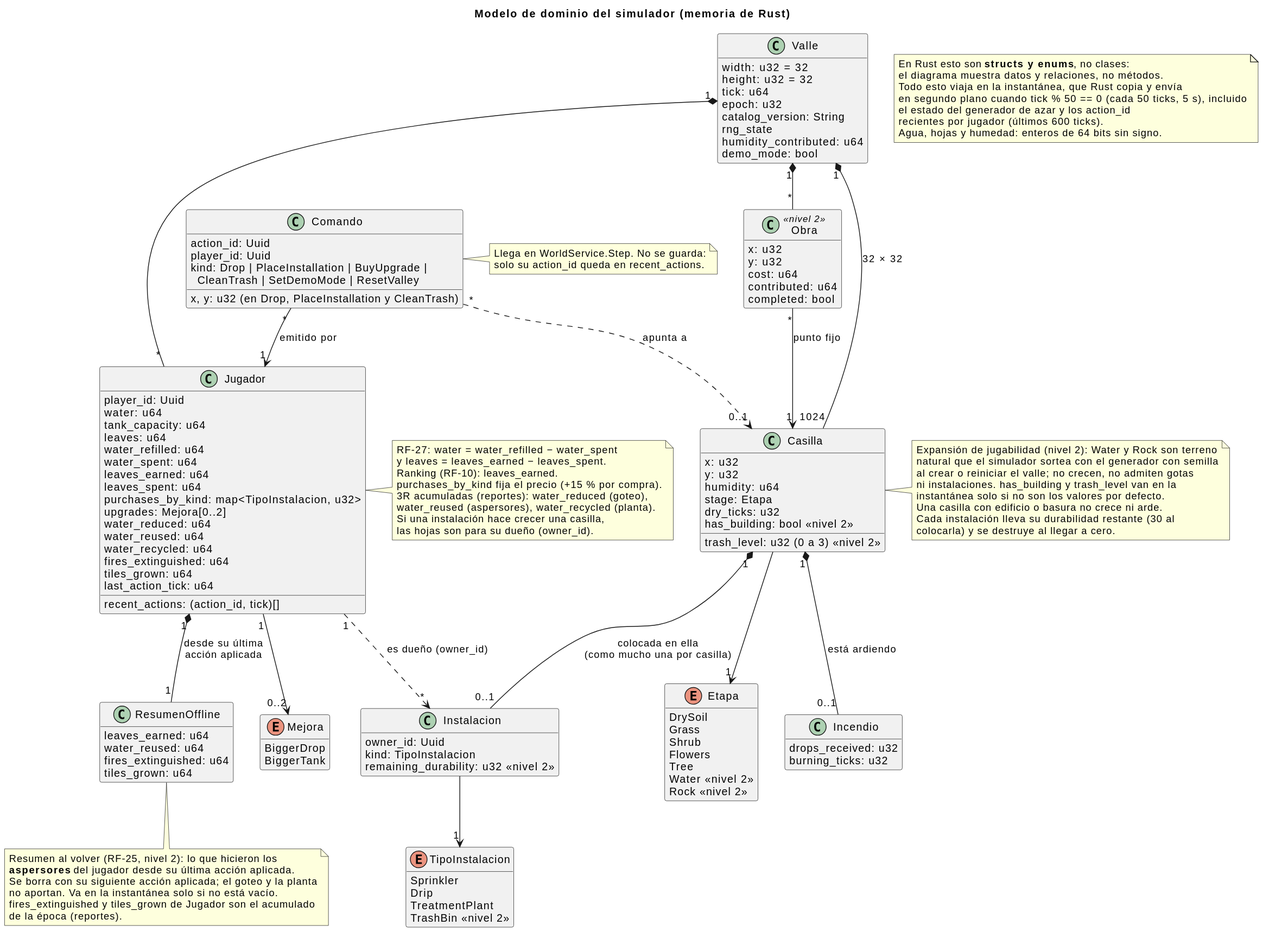
iadev2005/hydrovalley keeps this PlantUML diagram as docs/diagrams/06-dominio-simulador.svg. Above is the earlier version.
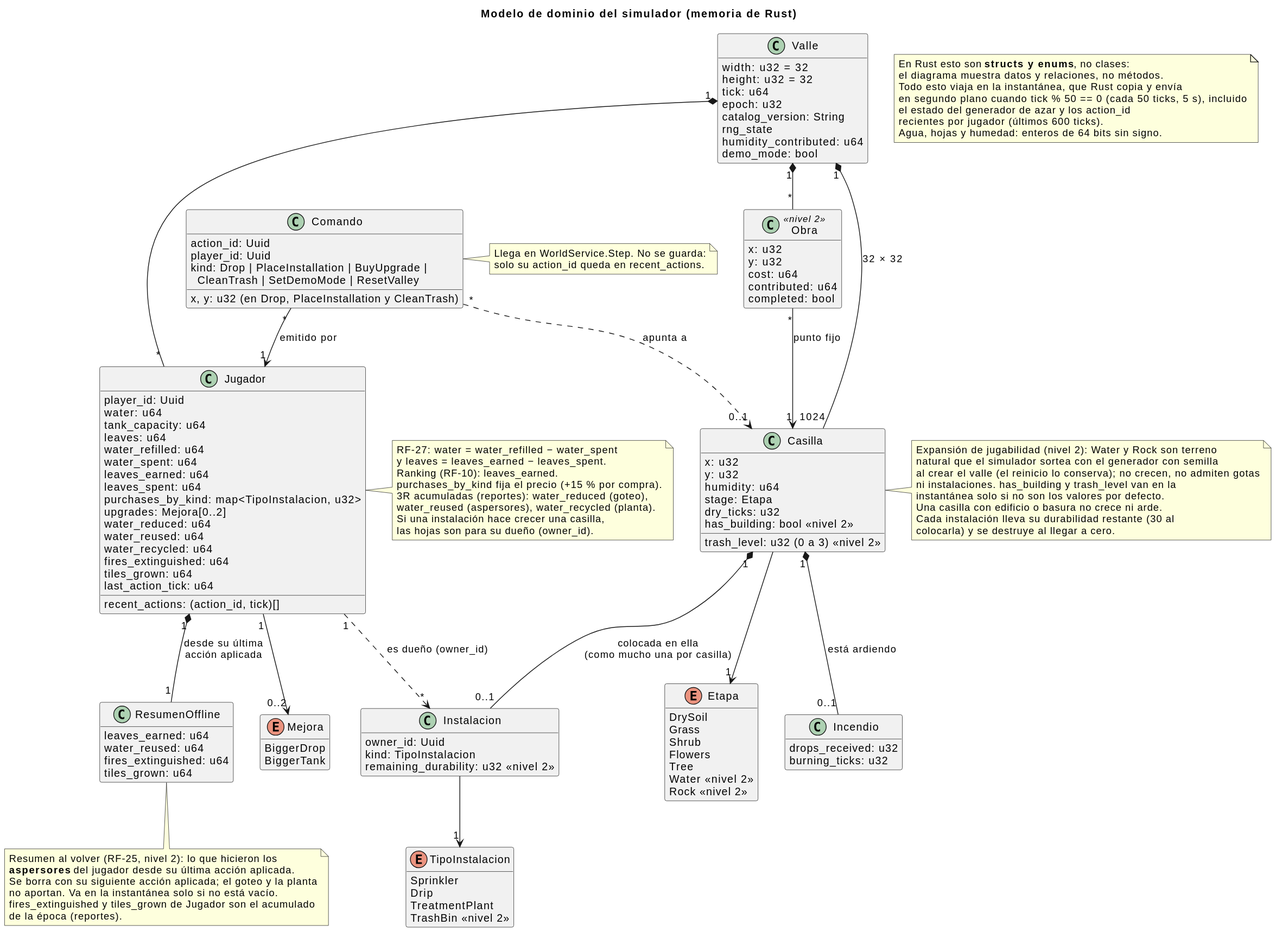
After the change.

Commit message:
docs(diagrams): regenerate the SVGs of diagrams 05 and 06

Change to the diagram source:
```diff
@@ -145,7 +145,7 @@
 note right of Casilla
   Expansión de jugabilidad (nivel 2): Water y Rock son terreno
   natural que el simulador sortea con el generador con semilla
-  al crear o reiniciar el valle; no crecen, no admiten gotas
+  al crear el valle (el reinicio lo conserva); no crecen, no admiten gotas
   ni instalaciones. has_building y trash_level van en la
   instantánea solo si no son los valores por defecto.
   Una casilla con edificio o basura no crece ni arde.
```
